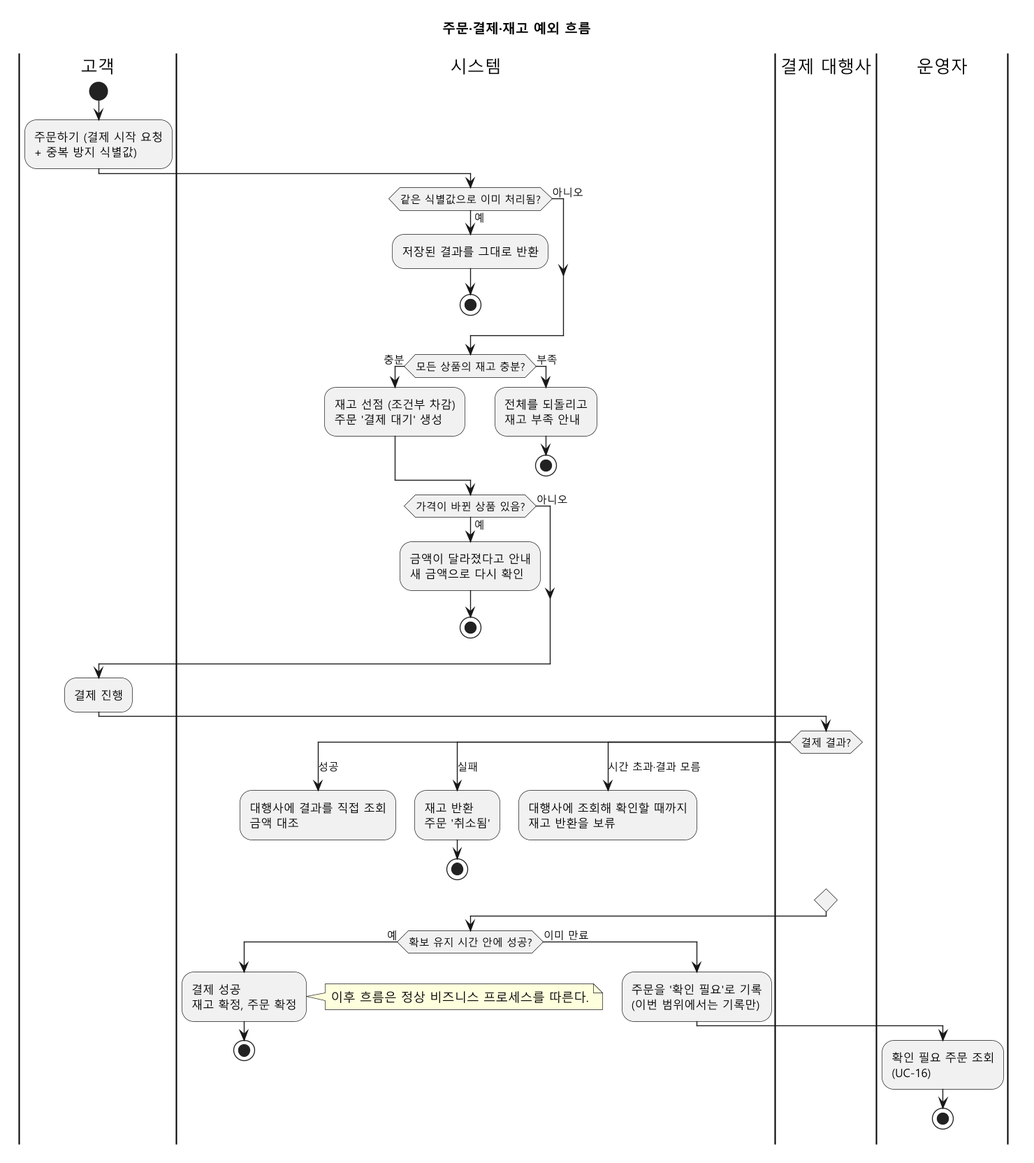
Earlier version of the PlantUML export specs/001-multiseller-commerce-core/diagrams/business-process-exceptions.png (parknahyun/shopflow).
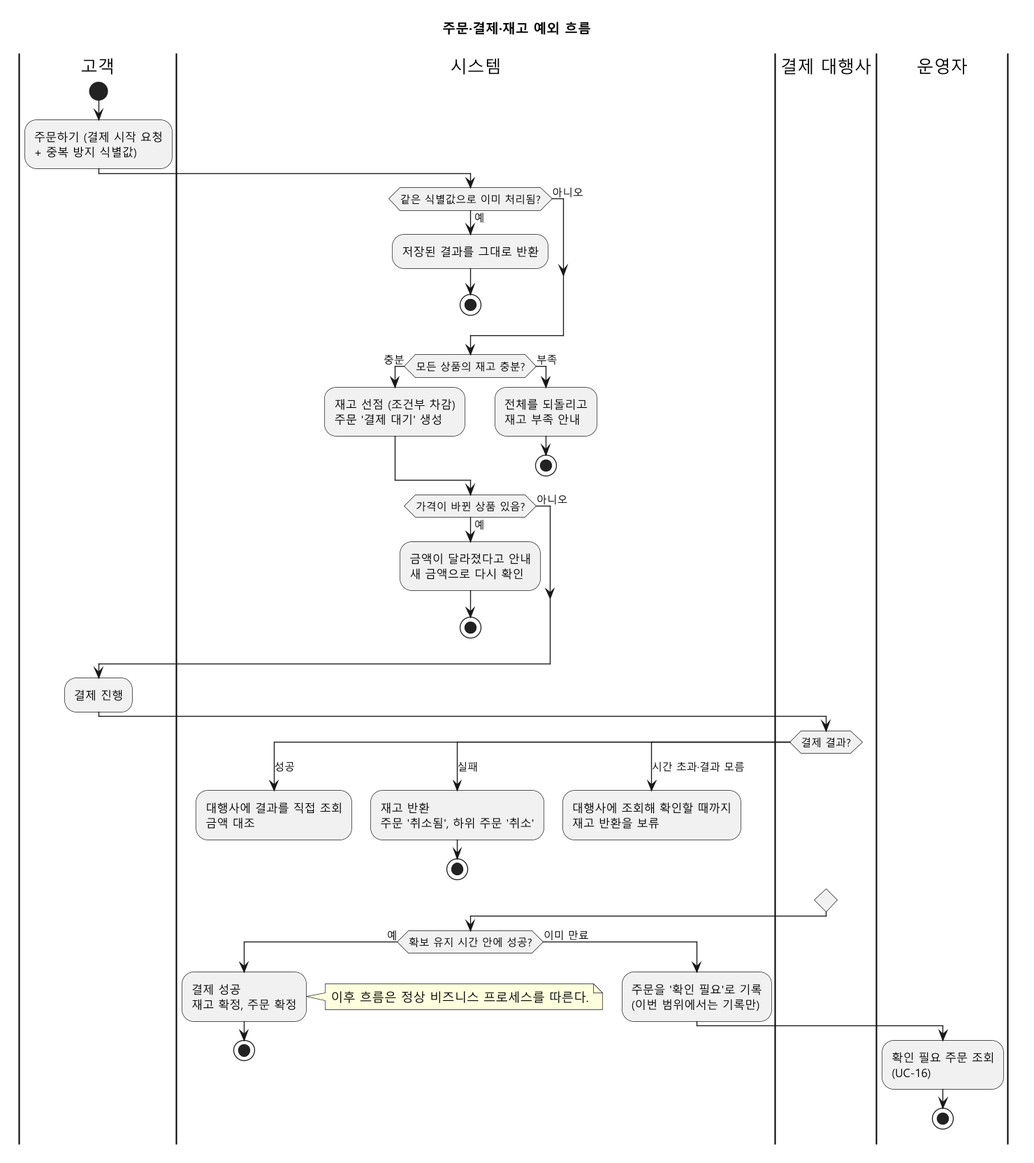
The same file after the commit.

Change to the diagram source:
```diff
@@ -1,6 +1,6 @@
 @startuml
-skinparam defaultFontName "Malgun Gothic"
-skinparam dpi 130
+skinparamlocked defaultFontName Malgun Gothic
+skinparamlocked dpi 130
 title 주문·결제·재고 예외 흐름
 
 |고객|
@@ -37,7 +37,7 @@
   :대행사에 결과를 직접 조회\n금액 대조;
 case (실패)
   |시스템|
-  :재고 반환\n주문 '취소됨';
+  :재고 반환\n주문 '취소됨', 하위 주문 '취소';
   stop
 case (시간 초과·결과 모름)
   |시스템|
```
